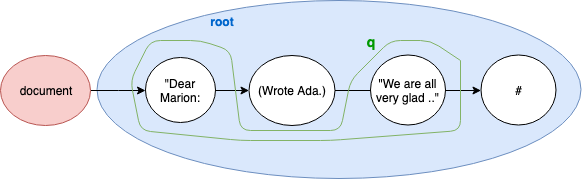
Above: img/discont1-tagml.png in bleekere/jTEI2020 (draw.io), before the change. Source tidied: cells renumbered, new cells last; positions are measured from the earlier drawing's top-left corner, leaving out a move shared by most shapes.
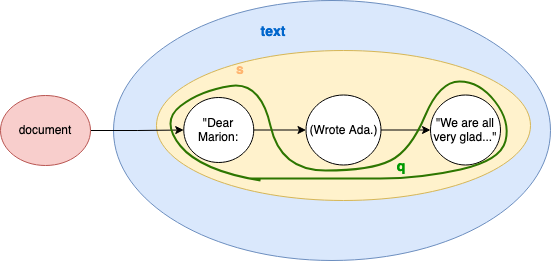
Above is the later version.

The edit, as a diff of the source:
```diff
@@ -3,63 +3,76 @@
     <mxCell id="0" />
     <mxCell id="1" parent="0" />
     <mxCell id="2" style="ellipse;whiteSpace=wrap;html=1;fillColor=#dae8fc;strokeColor=#6c8ebf;" parent="1" vertex="1">
-      <mxGeometry x="96.5" width="484" height="178" as="geometry" />
+      <mxGeometry x="63" y="-40" width="437" height="260" as="geometry" />
     </mxCell>
+    <mxCell id="15" style="ellipse;whiteSpace=wrap;html=1;fillColor=#fff2cc;strokeColor=#d6b656;" parent="1" vertex="1">
+      <mxGeometry x="106" y="10" width="374" height="150" as="geometry" />
+    </mxCell>
-    <mxCell id="3" style="edgeStyle=orthogonalEdgeStyle;rounded=0;jettySize=auto;html=1;" parent="1" edge="1" source="4" target="8">
+    <mxCell id="3" style="edgeStyle=orthogonalEdgeStyle;rounded=0;jettySize=auto;html=1;entryX=0;entryY=0.5;entryDx=0;entryDy=0;" parent="1" edge="1" source="4" target="10">
       <mxGeometry relative="1" as="geometry" />
     </mxCell>
-    <mxCell id="4" value="&quot;Dear Marion:" style="ellipse;whiteSpace=wrap;html=1;" parent="1" vertex="1">
-      <mxGeometry x="145" y="57" width="70" height="65" as="geometry" />
-    </mxCell>
-    <mxCell id="5" style="edgeStyle=orthogonalEdgeStyle;rounded=0;jettySize=auto;html=1;endArrow=classic;endFill=1;" parent="1" edge="1" source="6" target="4">
+    <mxCell id="5" style="edgeStyle=orthogonalEdgeStyle;rounded=0;jettySize=auto;html=1;endArrow=classic;endFill=1;entryX=0;entryY=0.5;entryDx=0;entryDy=0;" parent="1" edge="1" source="6" target="4">
       <mxGeometry relative="1" as="geometry" />
     </mxCell>
     <mxCell id="6" value="document" style="ellipse;whiteSpace=wrap;html=1;fillColor=#f8cecc;strokeColor=#b85450;" parent="1" vertex="1">
-      <mxGeometry y="55" width="90" height="70" as="geometry" />
+      <mxGeometry x="-50" y="55" width="90" height="70" as="geometry" />
     </mxCell>
-    <mxCell id="7" style="edgeStyle=orthogonalEdgeStyle;rounded=0;jettySize=auto;html=1;" parent="1" edge="1" source="8">
-      <mxGeometry relative="1" as="geometry">
-        <mxPoint x="390" y="90" as="targetPoint" />
-      </mxGeometry>
-    </mxCell>
-    <mxCell id="8" value="(Wrote Ada.)" style="ellipse;whiteSpace=wrap;html=1;" parent="1" vertex="1">
-      <mxGeometry x="248.5" y="55" width="86" height="70" as="geometry" />
-    </mxCell>
     <mxCell id="9" style="edgeStyle=orthogonalEdgeStyle;rounded=0;jettySize=auto;html=1;" parent="1" edge="1" source="10" target="11">
       <mxGeometry relative="1" as="geometry" />
     </mxCell>
-    <mxCell id="10" value="&quot;We are all very glad ..&quot;" style="ellipse;whiteSpace=wrap;html=1;" parent="1" vertex="1">
-      <mxGeometry x="370" y="54.5" width="75" height="70" as="geometry" />
+    <mxCell id="10" value="(Wrote Ada.)" style="ellipse;whiteSpace=wrap;html=1;" parent="1" vertex="1">
+      <mxGeometry x="255.5" y="54.5" width="75" height="70" as="geometry" />
     </mxCell>
-    <mxCell id="11" value="#" style="ellipse;whiteSpace=wrap;html=1;" parent="1" vertex="1">
-      <mxGeometry x="480.5" y="54.5" width="75" height="70" as="geometry" />
+    <mxCell id="11" value="&quot;We are all very glad...&quot;" style="ellipse;whiteSpace=wrap;html=1;" parent="1" vertex="1">
+      <mxGeometry x="380" y="54.5" width="70" height="70" as="geometry" />
     </mxCell>
-    <mxCell id="12" value="&lt;font color=&quot;#0066cc&quot;&gt;&lt;b&gt;root&lt;/b&gt;&lt;/font&gt;" style="text;html=1;strokeColor=none;fillColor=none;align=center;verticalAlign=middle;whiteSpace=wrap;rounded=0;" parent="1" vertex="1">
-      <mxGeometry x="194.5" y="11" width="54" height="20" as="geometry" />
+    <mxCell id="12" value="&lt;font size=&quot;1&quot;&gt;&lt;b&gt;&lt;font style=&quot;font-size: 14px&quot; color=&quot;#0066CC&quot;&gt;text&lt;/font&gt;&lt;/b&gt;&lt;/font&gt;" style="text;html=1;strokeColor=none;fillColor=none;align=center;verticalAlign=middle;whiteSpace=wrap;rounded=0;" parent="1" vertex="1">
+      <mxGeometry x="194.5" y="-18" width="55.5" height="20" as="geometry" />
     </mxCell>
-    <mxCell id="13" style="endArrow=none;html=1;textOpacity=0;fillColor=#d5e8d4;strokeColor=#82b366;endFill=0;startFill=0;" parent="1" edge="1">
+    <mxCell id="13" style="endArrow=none;html=1;textOpacity=0;fillColor=#60a917;strokeColor=#2D7600;endFill=0;startFill=0;strokeWidth=2;curved=1;" parent="1" edge="1">
       <mxGeometry relative="1" as="geometry">
-        <mxPoint x="460" y="60" as="sourcePoint" />
-        <mxPoint x="460" y="60" as="targetPoint" />
+        <mxPoint x="210" y="140" as="sourcePoint" />
+        <mxPoint x="200" y="138" as="targetPoint" />
         <Array as="points">
-          <mxPoint x="460" y="130" />
-          <mxPoint x="330" y="140" />
-          <mxPoint x="240" y="140" />
-          <mxPoint x="140" y="130" />
-          <mxPoint x="130" y="80" />
-          <mxPoint x="150" y="40" />
-          <mxPoint x="200" y="40" />
-          <mxPoint x="230" y="50" />
-          <mxPoint x="240" y="130" />
-          <mxPoint x="340" y="130" />
-          <mxPoint x="350" y="80" />
-          <mxPoint x="390" y="40" />
-          <mxPoint x="430" y="40" />
+          <mxPoint x="150" y="130" />
+          <mxPoint x="110" y="81" />
+          <mxPoint x="150" y="50" />
+          <mxPoint x="210" y="41" />
+          <mxPoint x="230" y="130" />
+          <mxPoint x="320" y="130" />
+          <mxPoint x="360" y="110" />
+          <mxPoint x="389" y="41" />
+          <mxPoint x="429" y="41" />
+          <mxPoint x="460" y="81" />
+          <mxPoint x="450" y="120" />
+          <mxPoint x="370" y="138" />
+          <mxPoint x="290" y="138" />
         </Array>
       </mxGeometry>
     </mxCell>
-    <mxCell id="14" value="&lt;font style=&quot;font-size: 14px&quot; color=&quot;#009900&quot;&gt;&lt;b&gt;q&lt;/b&gt;&lt;/font&gt;" style="text;html=1;strokeColor=none;fillColor=none;align=center;verticalAlign=middle;whiteSpace=wrap;rounded=0;" parent="1" vertex="1">
-      <mxGeometry x="350" y="31" width="40" height="20" as="geometry" />
+    <mxCell id="14" value="&lt;font color=&quot;#009900&quot;&gt;&lt;b&gt;&lt;font style=&quot;font-size: 14px&quot;&gt;q&lt;/font&gt;&lt;/b&gt;&lt;/font&gt;" style="text;html=1;strokeColor=none;fillColor=none;align=center;verticalAlign=middle;whiteSpace=wrap;rounded=0;" parent="1" vertex="1">
+      <mxGeometry x="330.5" y="117" width="40" height="20" as="geometry" />
     </mxCell>
+    <mxCell id="16" value="&lt;font color=&quot;#FFB570&quot;&gt;&lt;b&gt;&lt;font style=&quot;font-size: 14px&quot;&gt;s&lt;/font&gt;&lt;/b&gt;&lt;/font&gt;" style="text;html=1;strokeColor=none;fillColor=none;align=center;verticalAlign=middle;whiteSpace=wrap;rounded=0;" parent="1" vertex="1">
+      <mxGeometry x="170" y="20" width="40" height="20" as="geometry" />
+    </mxCell>
+    <mxCell id="17" style="edgeStyle=orthogonalEdgeStyle;rounded=0;jettySize=auto;html=1;strokeWidth=2;fillColor=#D5E8D4;opacity=0;" parent="1" edge="1" source="4">
+      <mxGeometry relative="1" as="geometry">
+        <mxPoint x="130" y="92" as="targetPoint" />
+      </mxGeometry>
+    </mxCell>
+    <mxCell id="4" value="&quot;Dear Marion:" style="ellipse;whiteSpace=wrap;html=1;" parent="1" vertex="1">
+      <mxGeometry x="133.2" y="57" width="70" height="65" as="geometry" />
+    </mxCell>
+    <mxCell id="18" style="curved=1;endArrow=classic;html=1;strokeWidth=2;fillColor=#D5E8D4;opacity=0;" parent="1" edge="1">
+      <mxGeometry relative="1" as="geometry">
+        <mxPoint x="240" y="220" as="sourcePoint" />
+        <mxPoint x="290" y="170" as="targetPoint" />
+        <Array as="points">
+          <mxPoint x="290" y="220" />
+          <mxPoint x="240" y="170" />
+        </Array>
+      </mxGeometry>
+    </mxCell>
   </root>
 </mxGraphModel>
```
